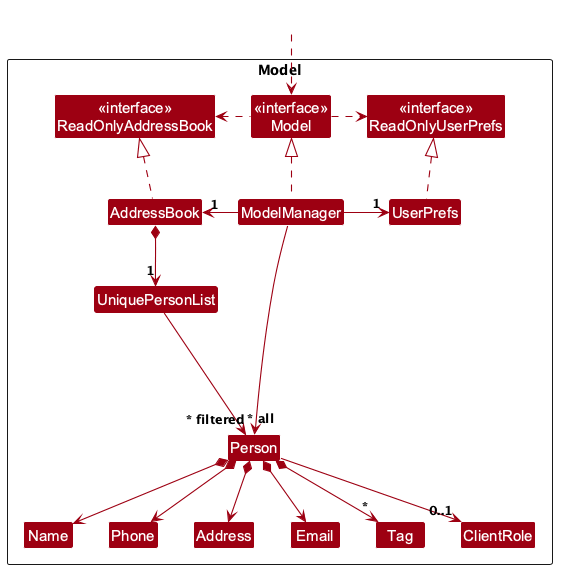
AY2627S1-CS2103T-W09-3/tp keeps this PlantUML diagram as docs/images/ModelClassDiagram.png. Above is the earlier version.
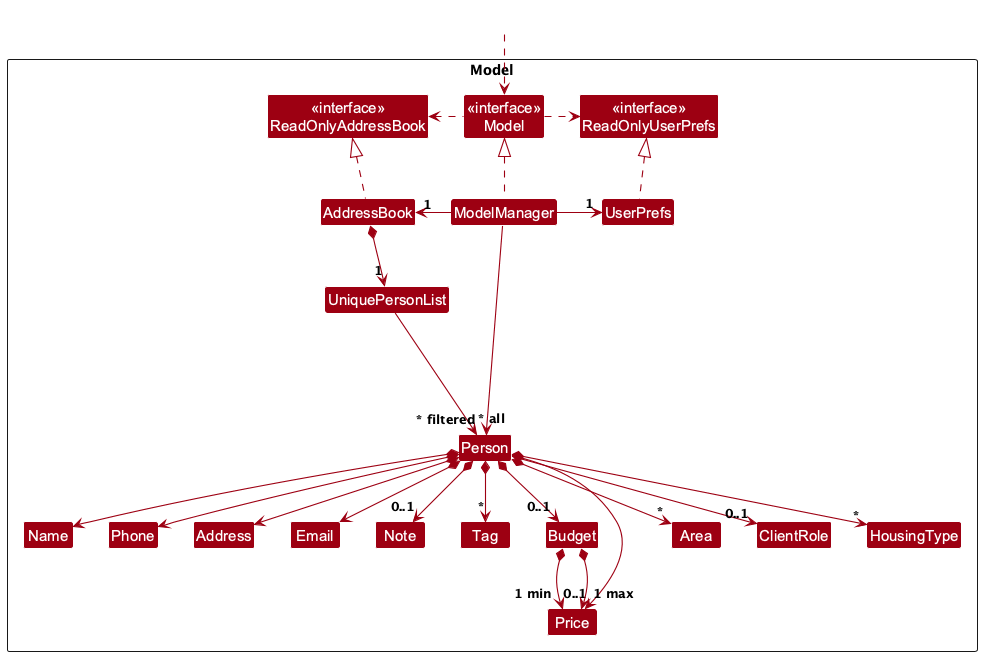
Above is the later version.

Commit message:
Redraw the model class diagram with requirements

What changed in the source:
```diff
@@ -18,8 +18,13 @@
 Class Email
 Class Name
 Class Phone
+Class Note
 Class Tag
+Class Budget
+Class Price
+Class Area
 enum ClientRole
+enum HousingType
 
 Class I #FFFFFF
 }
@@ -42,8 +47,15 @@
 Person *--> Phone
 Person *--> Email
 Person *--> Address
+Person *--> "0..1" Note
+Person *--> "0..1" Budget
+Person *--> "0..1" Price
+Person *--> "*" Area
+Person *--> "*" HousingType
 Person *--> "*" Tag
 Person --> "0..1" ClientRole
+Budget *--> "1 min" Price
+Budget *--> "1 max" Price
 
 Person -[hidden]up--> I
 UniquePersonList -[hidden]right-> I
```
